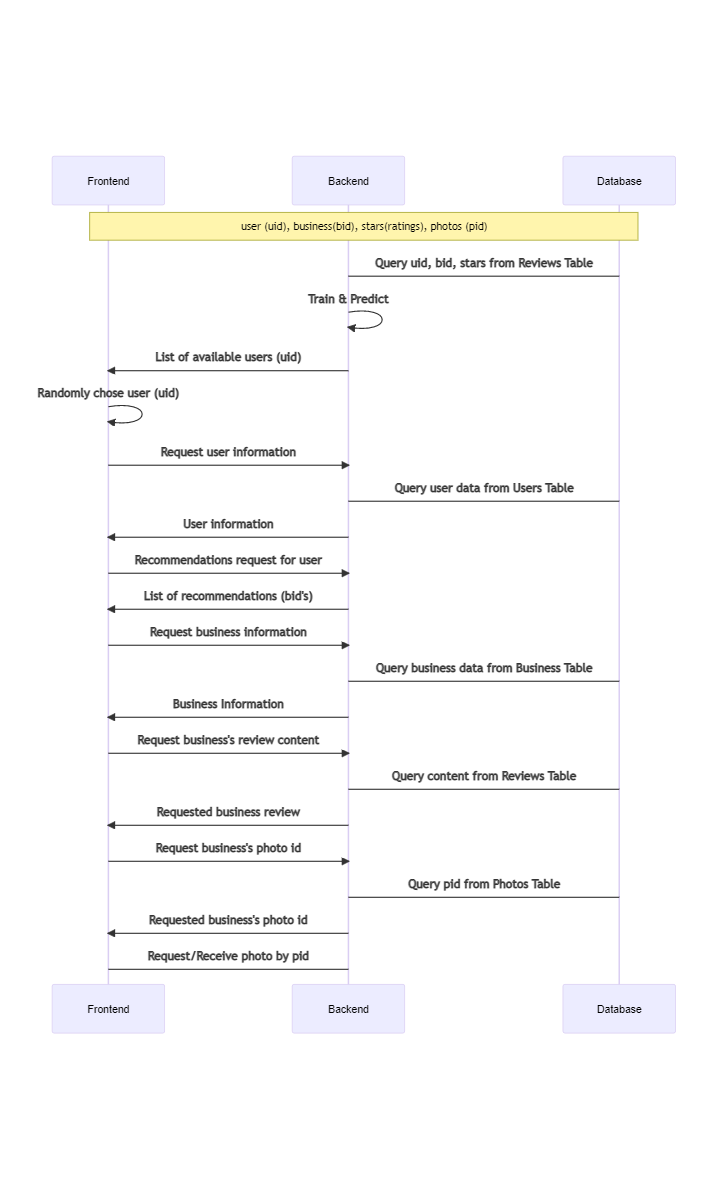
The Mermaid diagram Presentation Diagrams/workflow.png in BenjaminWang236/YelpPersonalizedRecommendationEngine, before a commit. Its source is kept beside it as Presentation Diagrams/workflow.mmd.
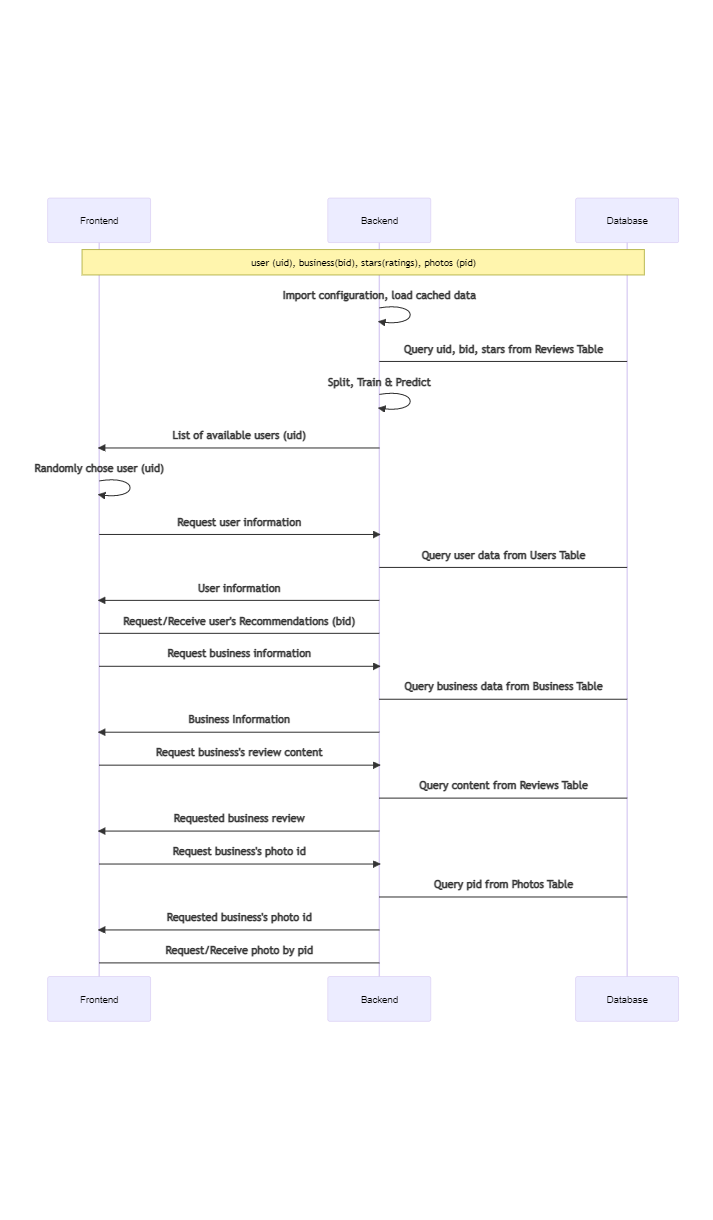
After the commit.

Commit message:
Updating workflow diagram with photos now working

What changed in the source:
```diff
@@ -3,15 +3,15 @@
     participant B as Backend
     participant D as Database
     Note over F, D: user (uid), business(bid), stars(ratings), photos (pid)
+    B->>B: Import configuration, load cached data
     B->D: Query uid, bid, stars from Reviews Table
-    B->>B: Train & Predict
+    B->>B: Split, Train & Predict
     B->>F: List of available users (uid)
     F->>F: Randomly chose user (uid)
     F->>B: Request user information
     B->D: Query user data from Users Table
     B->>F: User information
-    F->>B: Recommendations request for user
-    B->>F: List of recommendations (bid's)
+    F->B: Request/Receive user's Recommendations (bid)
     F->>B: Request business information
     B->D: Query business data from Business Table
     B->>F: Business Information
@@ -22,3 +22,4 @@
     B->D: Query pid from Photos Table
     B->>F: Requested business's photo id
     F->B: Request/Receive photo by pid
+
```
